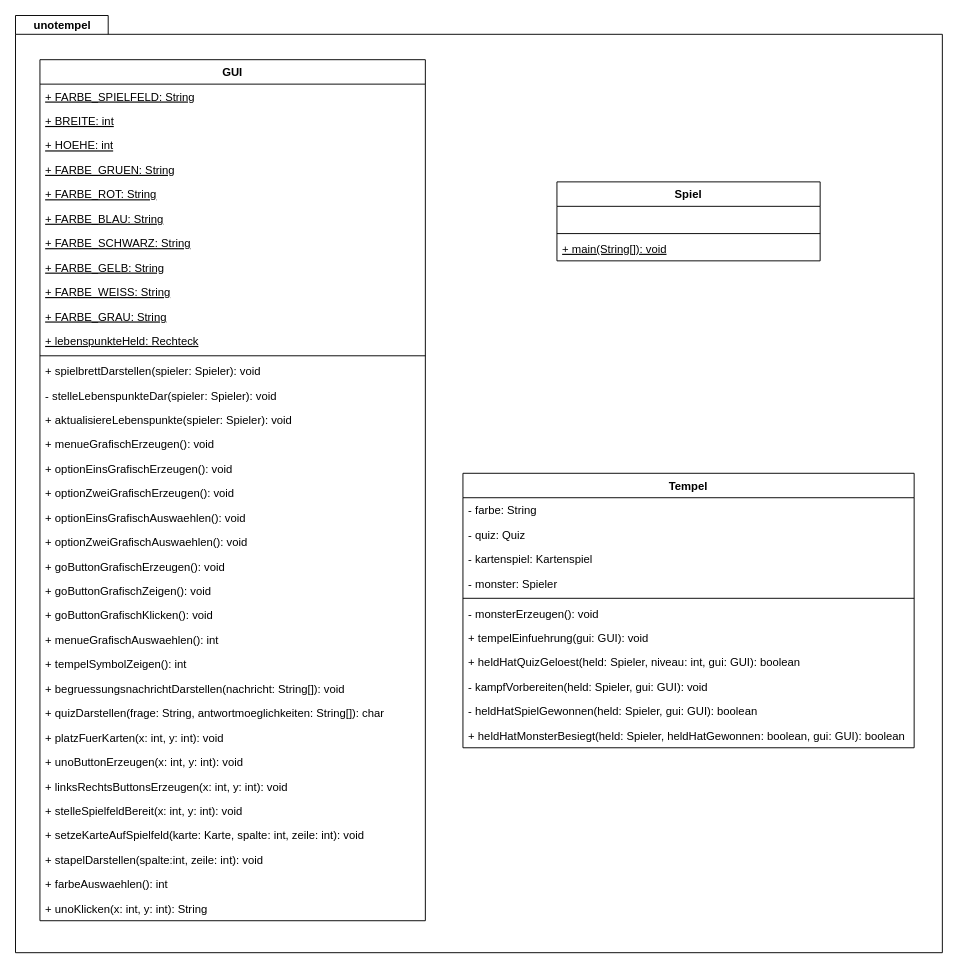
joshuaeinhoff/Uno-Informatikprojekt-2 keeps this draw.io diagram as diagrams/IP2_unotempel_tempel-gui-spiel_complete.drawio. Above is the earlier version. Source tidied: cells renumbered, new cells numbered last; positions are measured from the earlier drawing's top-left corner, leaving out a move shared by most shapes. Both pictures are drawn from the tidied source at 94%, with x=0, y=0 at pixel (15, 15).
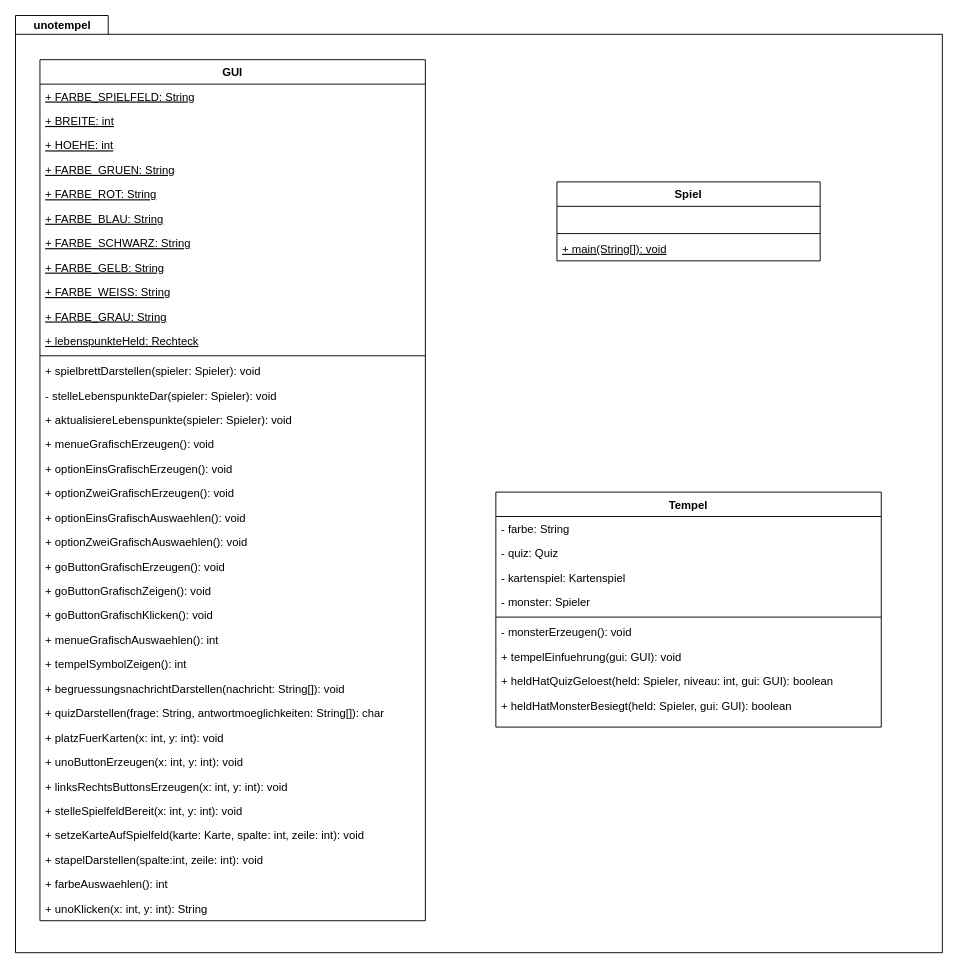
The same page after the edit.

Diff of the diagram source:
```diff
@@
     <mxCell id="40" value="Tempel" style="swimlane;fontStyle=1;align=center;verticalAlign=top;horizontal=1;startSize=26;rounded=0;shadow=0;strokeWidth=1;" parent="1" vertex="1">
-      <mxGeometry x="476" y="487" width="480" height="292" as="geometry" />
+      <mxGeometry x="511" y="507" width="410" height="250" as="geometry" />
     </mxCell>
     <mxCell id="41" value="- farbe: String" style="text;align=left;verticalAlign=top;spacingLeft=4;spacingRight=4;overflow=hidden;" parent="40" vertex="1">
-      <mxGeometry y="26" width="480" height="26" as="geometry" />
+      <mxGeometry y="26" width="410" height="26" as="geometry" />
     </mxCell>
     <mxCell id="42" value="- quiz: Quiz" style="text;align=left;verticalAlign=top;spacingLeft=4;spacingRight=4;overflow=hidden;rounded=0;shadow=0;html=0;" parent="40" vertex="1">
-      <mxGeometry y="52" width="480" height="26" as="geometry" />
+      <mxGeometry y="52" width="410" height="26" as="geometry" />
     </mxCell>
     <mxCell id="43" value="- kartenspiel: Kartenspiel" style="text;align=left;verticalAlign=top;spacingLeft=4;spacingRight=4;overflow=hidden;rounded=0;shadow=0;html=0;" parent="40" vertex="1">
-      <mxGeometry y="78" width="480" height="26" as="geometry" />
+      <mxGeometry y="78" width="410" height="26" as="geometry" />
     </mxCell>
     <mxCell id="44" value="- monster: Spieler" style="text;align=left;verticalAlign=top;spacingLeft=4;spacingRight=4;overflow=hidden;rounded=0;shadow=0;html=0;" parent="40" vertex="1">
-      <mxGeometry y="104" width="480" height="26" as="geometry" />
+      <mxGeometry y="104" width="410" height="26" as="geometry" />
     </mxCell>
     <mxCell id="45" style="line;html=1;strokeWidth=1;align=left;verticalAlign=middle;spacingTop=-1;spacingLeft=3;spacingRight=3;labelPosition=right;" parent="40" vertex="1">
-      <mxGeometry y="130" width="480" height="6" as="geometry" />
+      <mxGeometry y="130" width="410" height="6" as="geometry" />
     </mxCell>
     <mxCell id="46" value="- monsterErzeugen(): void" style="text;align=left;verticalAlign=top;spacingLeft=4;spacingRight=4;overflow=hidden;rounded=0;shadow=0;html=0;" parent="40" vertex="1">
-      <mxGeometry y="136" width="480" height="26" as="geometry" />
+      <mxGeometry y="136" width="410" height="26" as="geometry" />
     </mxCell>
     <mxCell id="47" value="+ tempelEinfuehrung(gui: GUI): void" style="text;align=left;verticalAlign=top;spacingLeft=4;spacingRight=4;overflow=hidden;rounded=0;shadow=0;html=0;" parent="40" vertex="1">
-      <mxGeometry y="162" width="480" height="26" as="geometry" />
+      <mxGeometry y="162" width="410" height="26" as="geometry" />
     </mxCell>
     <mxCell id="48" value="+ heldHatQuizGeloest(held: Spieler, niveau: int, gui: GUI): boolean" style="text;align=left;verticalAlign=top;spacingLeft=4;spacingRight=4;overflow=hidden;rounded=0;shadow=0;html=0;" parent="40" vertex="1">
-      <mxGeometry y="188" width="480" height="26" as="geometry" />
+      <mxGeometry y="188" width="410" height="26" as="geometry" />
     </mxCell>
-    <mxCell id="49" value="- kampfVorbereiten(held: Spieler, gui: GUI): void" style="text;align=left;verticalAlign=top;spacingLeft=4;spacingRight=4;overflow=hidden;rounded=0;shadow=0;html=0;" parent="40" vertex="1">
-      <mxGeometry y="214" width="480" height="26" as="geometry" />
-    </mxCell>
-    <mxCell id="50" value="- heldHatSpielGewonnen(held: Spieler, gui: GUI): boolean" style="text;align=left;verticalAlign=top;spacingLeft=4;spacingRight=4;overflow=hidden;rounded=0;shadow=0;html=0;" parent="40" vertex="1">
-      <mxGeometry y="240" width="480" height="26" as="geometry" />
-    </mxCell>
-    <mxCell id="51" value="+ heldHatMonsterBesiegt(held: Spieler, heldHatGewonnen: boolean, gui: GUI): boolean" style="text;align=left;verticalAlign=top;spacingLeft=4;spacingRight=4;overflow=hidden;rounded=0;shadow=0;html=0;" parent="40" vertex="1">
-      <mxGeometry y="266" width="480" height="26" as="geometry" />
+    <mxCell id="51" value="+ heldHatMonsterBesiegt(held: Spieler, gui: GUI): boolean" style="text;align=left;verticalAlign=top;spacingLeft=4;spacingRight=4;overflow=hidden;rounded=0;shadow=0;html=0;" parent="40" vertex="1">
+      <mxGeometry y="214" width="410" height="26" as="geometry" />
     </mxCell>
```
